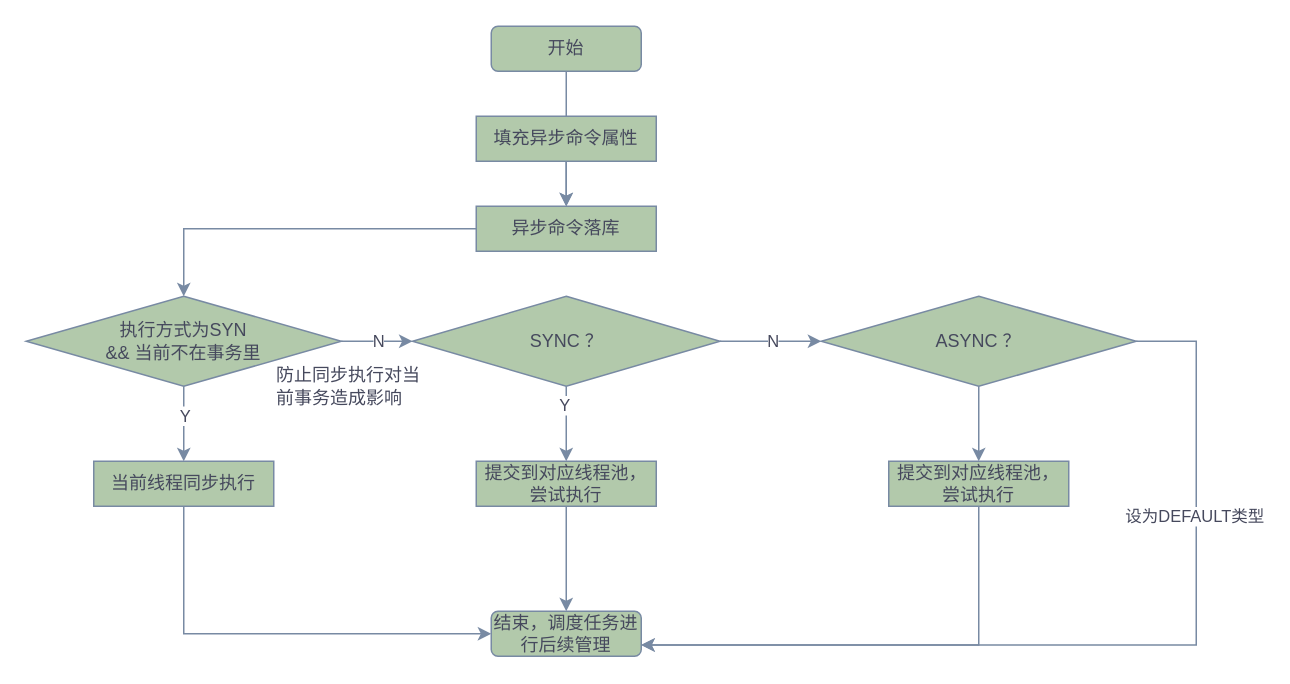
Above: 异步命令-提交流程.drawio in windlively/draw.io (draw.io), before the change. Source tidied: cells renumbered, new cells numbered last; positions are measured from the earlier drawing's top-left corner, leaving out a move shared by most shapes. Both pictures are drawn from the tidied source at 150%, with x=0, y=0 at pixel (26, 26).
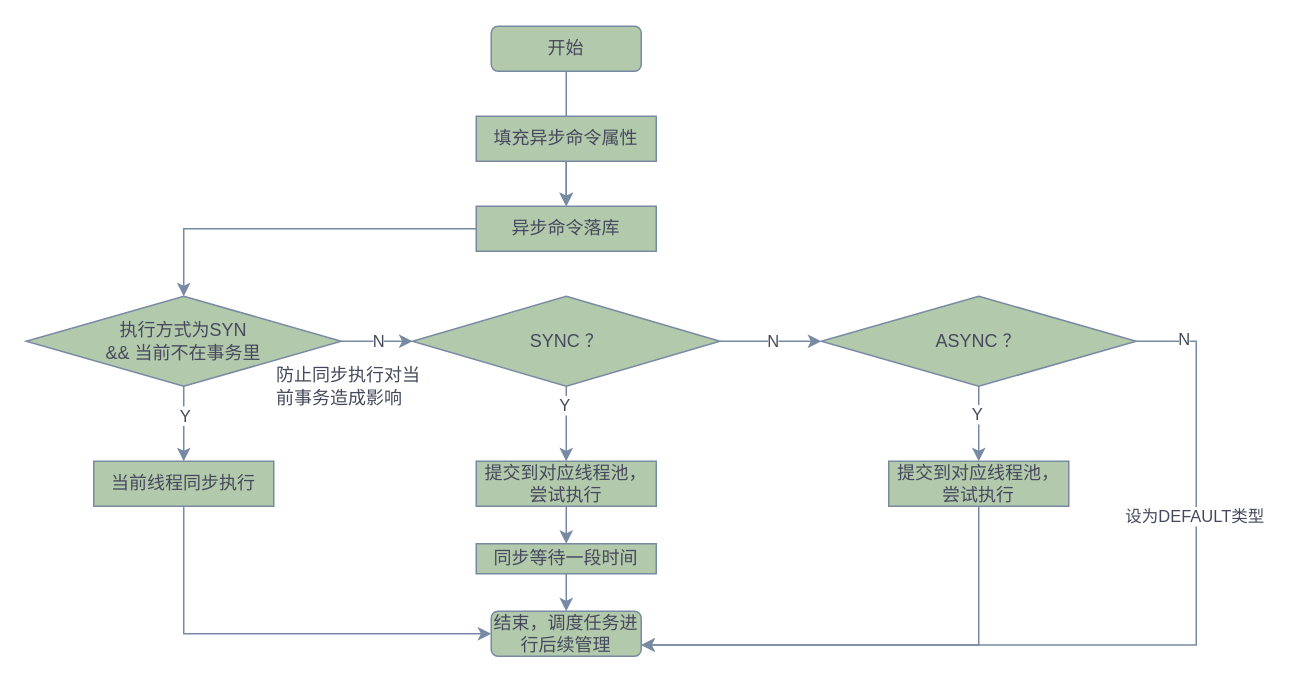
The same diagram, later.

Commit message (it also covers changes not shown here):
更新异步命令-提交流程.drawio

Unchanged cells that the change refers to:
```xml
<mxCell id="18" style="edgeStyle=orthogonalEdgeStyle;rounded=0;jettySize=auto;html=1;strokeColor=#788AA3;fontColor=#46495D;" parent="1" edge="1" source="21" target="27">
  <mxGeometry relative="1" as="geometry" />
</mxCell>
<mxCell id="19" style="edgeStyle=orthogonalEdgeStyle;rounded=0;jettySize=auto;html=1;entryX=1;entryY=0.75;entryDx=0;entryDy=0;strokeColor=#788AA3;fontColor=#46495D;" parent="1" edge="1" source="21" target="28">
  <mxGeometry relative="1" as="geometry">
    <Array as="points">
      <mxPoint x="780" y="210" />
      <mxPoint x="780" y="413" />
    </Array>
  </mxGeometry>
</mxCell>
<mxCell id="25" value="提交到对应线程池，尝试执行" style="rounded=0;whiteSpace=wrap;html=1;fillColor=#B2C9AB;strokeColor=#788AA3;fontColor=#46495D;" parent="1" vertex="1">
  <mxGeometry x="300" y="290" width="120" height="30" as="geometry" />
</mxCell>
<mxCell id="28" value="结束，调度任务进行后续管理" style="rounded=1;whiteSpace=wrap;html=1;fillColor=#B2C9AB;strokeColor=#788AA3;fontColor=#46495D;" parent="1" vertex="1">
  <mxGeometry x="310" y="390" width="100" height="30" as="geometry" />
</mxCell>
```

The edit, as a diff of the source:
```diff
@@
+    <mxCell id="30" value="Y" style="edgeLabel;html=1;align=center;verticalAlign=middle;fontColor=#46495D;" parent="18" vertex="1">
+      <mxGeometry x="-0.28" y="-2" relative="1" as="geometry" />
+    </mxCell>
@@
+    <mxCell id="31" value="N" style="edgeLabel;html=1;align=center;verticalAlign=middle;fontColor=#46495D;" parent="19" vertex="1">
+      <mxGeometry x="-0.9" y="2" relative="1" as="geometry" />
+    </mxCell>
@@
-    <mxCell id="24" style="edgeStyle=orthogonalEdgeStyle;rounded=0;jettySize=auto;html=1;strokeColor=#788AA3;fontColor=#46495D;" parent="1" edge="1" source="25" target="28">
+    <mxCell id="24" style="edgeStyle=orthogonalEdgeStyle;rounded=0;jettySize=auto;html=1;strokeColor=#788AA3;fontColor=#46495D;entryX=0.5;entryY=0;entryDx=0;entryDy=0;" parent="1" edge="1" source="25" target="33">
       <mxGeometry relative="1" as="geometry" />
     </mxCell>
@@
+    <mxCell id="32" style="edgeStyle=orthogonalEdgeStyle;curved=0;rounded=1;sketch=0;jettySize=auto;html=1;fontColor=#46495D;strokeColor=#788AA3;fillColor=#B2C9AB;" parent="1" edge="1" source="33" target="28">
+      <mxGeometry relative="1" as="geometry" />
+    </mxCell>
+    <mxCell id="33" value="同步等待一段时间" style="rounded=0;whiteSpace=wrap;html=1;fillColor=#B2C9AB;strokeColor=#788AA3;fontColor=#46495D;" parent="1" vertex="1">
+      <mxGeometry x="300" y="345" width="120" height="20" as="geometry" />
+    </mxCell>
```
